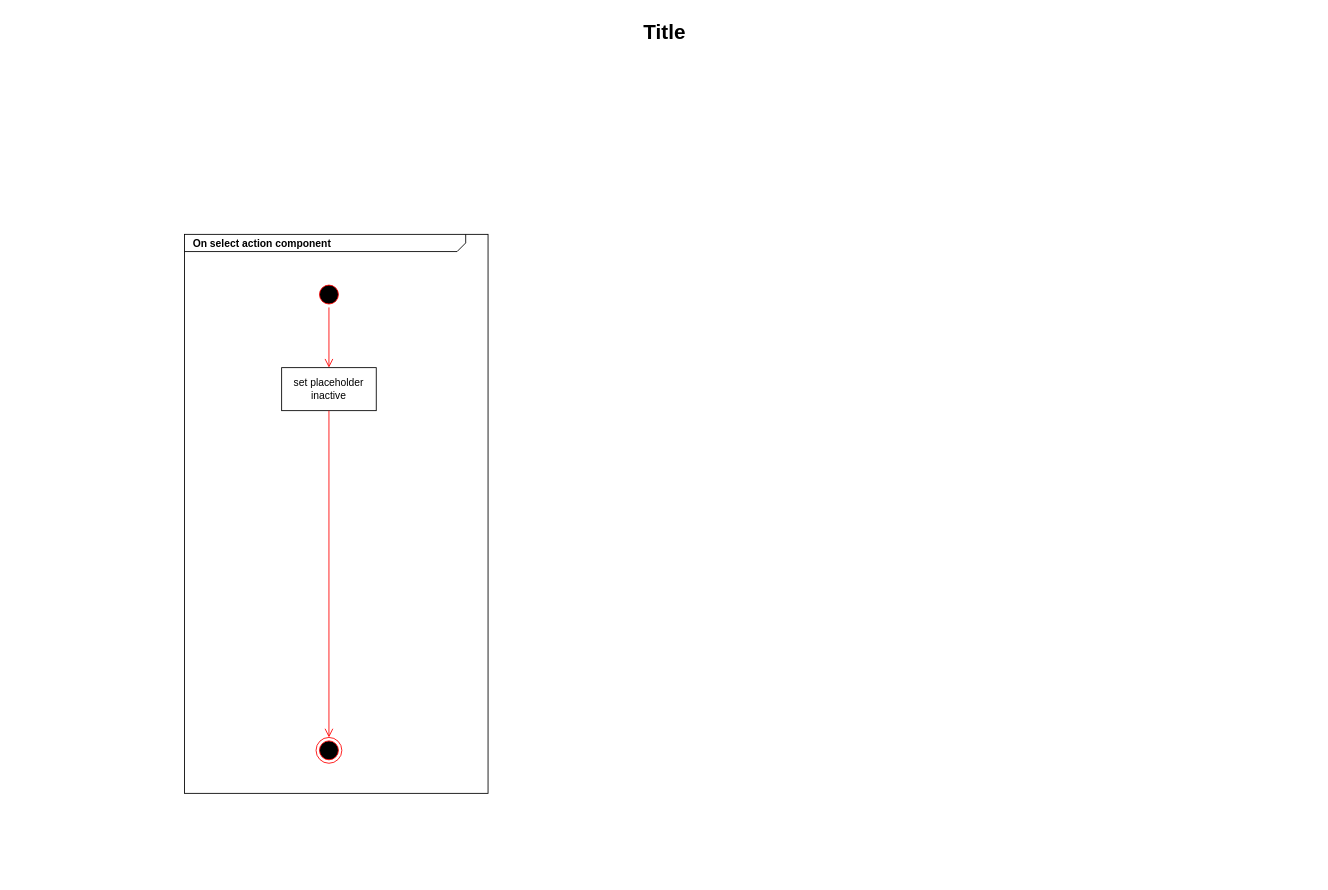
xalpol12/kuka-ar keeps this draw.io diagram as documentation/UI/Components/Menu/ObservableRobot.drawio. Above is the earlier version. Source tidied: cells renumbered, new cells numbered last; positions are measured from the earlier drawing's top-left corner, leaving out a move shared by most shapes. Both pictures are drawn from the tidied source at 86%, with x=0, y=0 at pixel (15, 15).
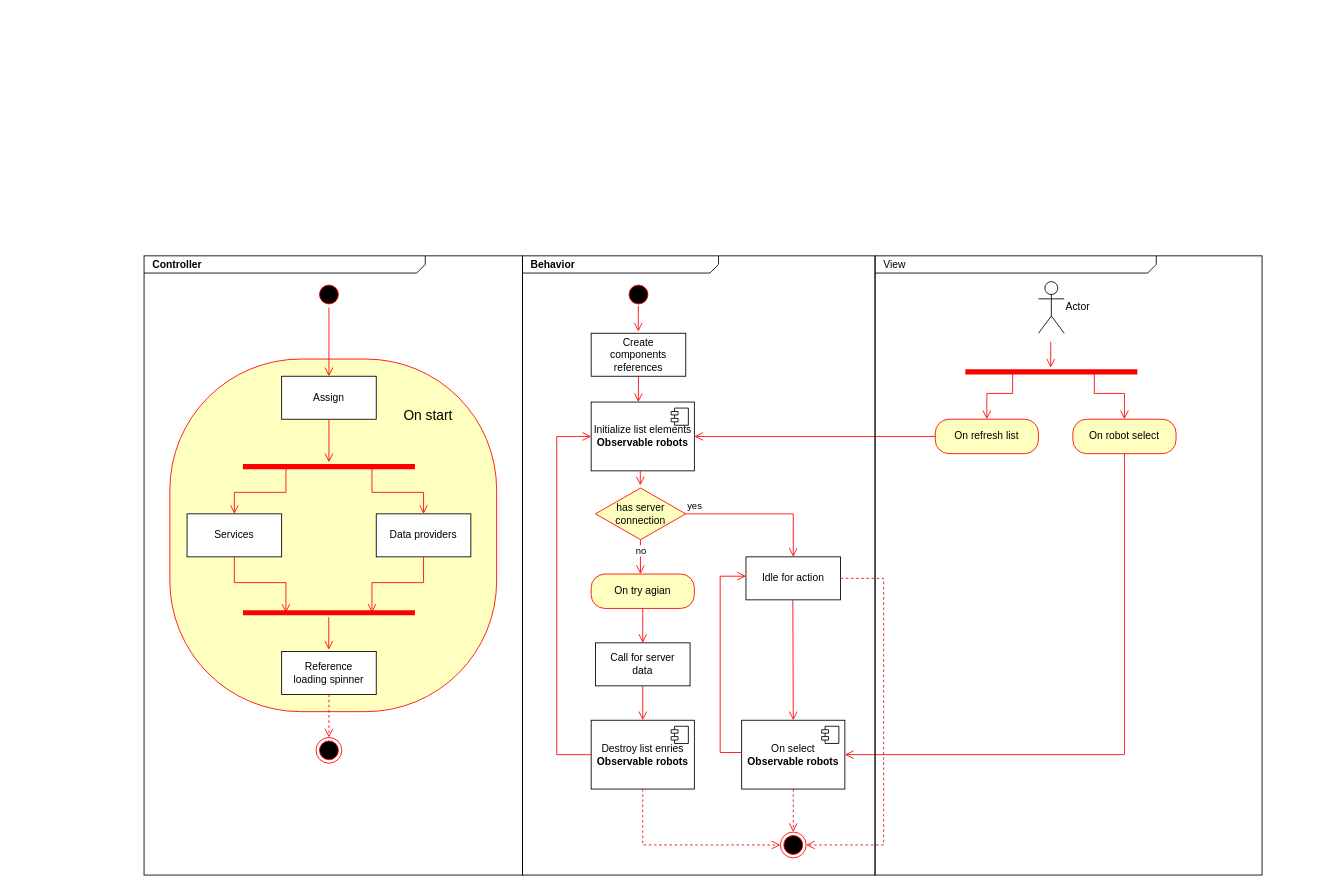
Above is the later version.

Commit message (it also covers changes not shown here):
Observable robots diagrams init

Unchanged cells that the change refers to:
```xml
<mxCell id="5" style="ellipse;html=1;shape=endState;fillColor=#000000;strokeColor=#ff0000;" parent="1" vertex="1">
  <mxGeometry x="350" y="840" width="30" height="30" as="geometry" />
</mxCell>
<mxCell id="6" style="ellipse;html=1;shape=startState;fillColor=#000000;strokeColor=#ff0000;" parent="1" vertex="1">
  <mxGeometry x="350" y="310" width="30" height="30" as="geometry" />
</mxCell>
```

The edit, as a diff of the source:
```diff
@@
+    <mxCell id="9" style="rounded=1;whiteSpace=wrap;html=1;arcSize=40;fontColor=#000000;fillColor=#ffffc0;strokeColor=#ff0000;" parent="1" vertex="1">
+      <mxGeometry x="180" y="400" width="380" height="410" as="geometry" />
+    </mxCell>
-    <mxCell id="2" value="&lt;p style=&quot;margin: 0px ; margin-top: 4px ; margin-left: 10px ; text-align: left&quot;&gt;&lt;b&gt;On select action component&lt;/b&gt;&lt;/p&gt;" style="html=1;strokeWidth=1;shape=mxgraph.sysml.package;html=1;overflow=fill;whiteSpace=wrap;fillColor=none;gradientColor=none;fontSize=12;align=center;labelX=327.64;" parent="1" vertex="1">
-      <mxGeometry x="197" y="255" width="353" height="650" as="geometry" />
+    <mxCell id="2" value="&lt;p style=&quot;margin: 0px ; margin-top: 4px ; margin-left: 10px ; text-align: left&quot;&gt;&lt;b&gt;Controller&lt;/b&gt;&lt;/p&gt;" style="html=1;strokeWidth=1;shape=mxgraph.sysml.package;html=1;overflow=fill;whiteSpace=wrap;fillColor=none;gradientColor=none;fontSize=12;align=center;labelX=327.64;" parent="1" vertex="1">
+      <mxGeometry x="150" y="280" width="440" height="720" as="geometry" />
     </mxCell>
-    <mxCell id="3" value="Title" style="text;strokeColor=none;fillColor=none;html=1;fontSize=24;fontStyle=1;verticalAlign=middle;align=center;" parent="1" vertex="1">
-      <mxGeometry width="1510" height="40" as="geometry" />
-    </mxCell>
-    <mxCell id="4" value="set placeholder&lt;br&gt;inactive" style="html=1;whiteSpace=wrap;" parent="1" vertex="1">
-      <mxGeometry x="310" y="410" width="110" height="50" as="geometry" />
-    </mxCell>
@@
-    <mxCell id="7" style="edgeStyle=orthogonalEdgeStyle;html=1;verticalAlign=bottom;endArrow=open;endSize=8;strokeColor=#ff0000;rounded=0;entryX=0.5;entryY=0;entryDx=0;entryDy=0;" parent="1" edge="1" source="6" target="4">
+    <mxCell id="7" style="edgeStyle=orthogonalEdgeStyle;html=1;verticalAlign=bottom;endArrow=open;endSize=8;strokeColor=#ff0000;rounded=0;entryX=0.5;entryY=0;entryDx=0;entryDy=0;" parent="1" edge="1" source="6" target="10">
       <mxGeometry relative="1" as="geometry" />
     </mxCell>
-    <mxCell id="8" style="edgeStyle=orthogonalEdgeStyle;html=1;verticalAlign=bottom;endArrow=open;endSize=8;strokeColor=#ff0000;rounded=0;entryX=0.5;entryY=0;entryDx=0;entryDy=0;exitX=0.5;exitY=1;exitDx=0;exitDy=0;" parent="1" edge="1" source="4" target="5">
-      <mxGeometry relative="1" as="geometry" />
-    </mxCell>
+    <mxCell id="10" value="Assign" style="html=1;whiteSpace=wrap;" parent="1" vertex="1">
+      <mxGeometry x="310" y="420" width="110" height="50" as="geometry" />
+    </mxCell>
+    <mxCell id="11" style="shape=line;html=1;strokeWidth=6;strokeColor=#ff0000;" parent="1" vertex="1">
+      <mxGeometry x="265" y="520" width="200" height="10" as="geometry" />
+    </mxCell>
+    <mxCell id="12" value="Services" style="html=1;whiteSpace=wrap;" parent="1" vertex="1">
+      <mxGeometry x="200" y="580" width="110" height="50" as="geometry" />
+    </mxCell>
+    <mxCell id="13" value="Data providers" style="html=1;whiteSpace=wrap;" parent="1" vertex="1">
+      <mxGeometry x="420" y="580" width="110" height="50" as="geometry" />
+    </mxCell>
+    <mxCell id="14" value="Reference&lt;br&gt;loading spinner" style="html=1;whiteSpace=wrap;" parent="1" vertex="1">
+      <mxGeometry x="310" y="740" width="110" height="50" as="geometry" />
+    </mxCell>
+    <mxCell id="15" style="shape=line;html=1;strokeWidth=6;strokeColor=#ff0000;" parent="1" vertex="1">
+      <mxGeometry x="265" y="690" width="200" height="10" as="geometry" />
+    </mxCell>
+    <mxCell id="16" style="edgeStyle=orthogonalEdgeStyle;html=1;verticalAlign=bottom;endArrow=open;endSize=8;strokeColor=#ff0000;rounded=0;exitX=0.5;exitY=1;exitDx=0;exitDy=0;" parent="1" edge="1" source="10">
+      <mxGeometry relative="1" as="geometry">
+        <mxPoint x="365" y="520" as="targetPoint" />
+      </mxGeometry>
+    </mxCell>
+    <mxCell id="17" style="edgeStyle=orthogonalEdgeStyle;html=1;verticalAlign=bottom;endArrow=open;endSize=8;strokeColor=#ff0000;rounded=0;exitX=0.25;exitY=0.5;exitDx=0;exitDy=0;exitPerimeter=0;entryX=0.5;entryY=0;entryDx=0;entryDy=0;" parent="1" edge="1" source="11" target="12">
+      <mxGeometry relative="1" as="geometry" />
+    </mxCell>
+    <mxCell id="18" style="edgeStyle=orthogonalEdgeStyle;html=1;verticalAlign=bottom;endArrow=open;endSize=8;strokeColor=#ff0000;rounded=0;exitX=0.75;exitY=0.5;exitDx=0;exitDy=0;exitPerimeter=0;entryX=0.5;entryY=0;entryDx=0;entryDy=0;" parent="1" edge="1" source="11" target="13">
+      <mxGeometry relative="1" as="geometry" />
+    </mxCell>
+    <mxCell id="19" style="edgeStyle=orthogonalEdgeStyle;html=1;verticalAlign=bottom;endArrow=open;endSize=8;strokeColor=#ff0000;rounded=0;exitX=0.5;exitY=1;exitDx=0;exitDy=0;entryX=0.25;entryY=0.5;entryDx=0;entryDy=0;entryPerimeter=0;" parent="1" edge="1" source="12" target="15">
+      <mxGeometry relative="1" as="geometry" />
+    </mxCell>
+    <mxCell id="20" style="edgeStyle=orthogonalEdgeStyle;html=1;verticalAlign=bottom;endArrow=open;endSize=8;strokeColor=#ff0000;rounded=0;exitX=0.5;exitY=1;exitDx=0;exitDy=0;entryX=0.75;entryY=0.5;entryDx=0;entryDy=0;entryPerimeter=0;" parent="1" edge="1" source="13" target="15">
+      <mxGeometry relative="1" as="geometry" />
+    </mxCell>
+    <mxCell id="21" style="edgeStyle=orthogonalEdgeStyle;html=1;verticalAlign=bottom;endArrow=open;endSize=8;strokeColor=#ff0000;rounded=0;exitX=0.5;exitY=1;exitDx=0;exitDy=0;" parent="1" edge="1">
+      <mxGeometry relative="1" as="geometry">
+        <mxPoint x="364.8" y="700" as="sourcePoint" />
+        <mxPoint x="364.8" y="738" as="targetPoint" />
+      </mxGeometry>
+    </mxCell>
+    <mxCell id="22" style="edgeStyle=orthogonalEdgeStyle;html=1;verticalAlign=bottom;endArrow=open;endSize=8;strokeColor=#ff0000;rounded=0;exitX=0.5;exitY=1;exitDx=0;exitDy=0;entryX=0.5;entryY=0;entryDx=0;entryDy=0;dashed=1;" parent="1" edge="1" source="14" target="5">
+      <mxGeometry relative="1" as="geometry" />
+    </mxCell>
+    <mxCell id="23" style="ellipse;html=1;shape=startState;fillColor=#000000;strokeColor=#ff0000;" parent="1" vertex="1">
+      <mxGeometry x="709.9" y="310" width="30" height="30" as="geometry" />
+    </mxCell>
+    <mxCell id="24" value="&lt;font style=&quot;font-size: 16px;&quot;&gt;On start&lt;/font&gt;" style="text;html=1;align=center;verticalAlign=middle;strokeColor=none;fillColor=none;fontColor=#000000;" parent="1" vertex="1">
+      <mxGeometry x="440" y="450" width="80" height="30" as="geometry" />
+    </mxCell>
+    <mxCell id="25" value="Create&lt;br&gt;components references" style="html=1;whiteSpace=wrap;" parent="1" vertex="1">
+      <mxGeometry x="669.9" y="370" width="110" height="50" as="geometry" />
+    </mxCell>
+    <mxCell id="26" style="edgeStyle=orthogonalEdgeStyle;html=1;verticalAlign=bottom;endArrow=open;endSize=8;strokeColor=#ff0000;rounded=0;" parent="1" edge="1">
+      <mxGeometry relative="1" as="geometry">
+        <mxPoint x="724.7" y="338" as="sourcePoint" />
+        <mxPoint x="724.7" y="368" as="targetPoint" />
+      </mxGeometry>
+    </mxCell>
+    <mxCell id="27" style="edgeStyle=orthogonalEdgeStyle;html=1;verticalAlign=bottom;endArrow=open;endSize=8;strokeColor=#ff0000;rounded=0;exitX=0.5;exitY=1;exitDx=0;exitDy=0;" parent="1" edge="1" source="25">
+      <mxGeometry relative="1" as="geometry">
+        <mxPoint x="724.7" y="450" as="targetPoint" />
+      </mxGeometry>
+    </mxCell>
+    <mxCell id="28" value="Initialize list elements&lt;br&gt;&lt;b&gt;Observable robots&lt;/b&gt;" style="html=1;whiteSpace=wrap;" parent="1" vertex="1">
+      <mxGeometry x="669.9" y="450" width="120" height="80" as="geometry" />
+    </mxCell>
+    <mxCell id="29" style="shape=module;jettyWidth=8;jettyHeight=4;" parent="28" vertex="1">
+      <mxGeometry x="1" width="20" height="20" relative="1" as="geometry">
+        <mxPoint x="-27" y="7" as="offset" />
+      </mxGeometry>
+    </mxCell>
+    <mxCell id="30" value="has server&lt;br&gt;connection" style="rhombus;whiteSpace=wrap;html=1;fontColor=#000000;fillColor=#ffffc0;strokeColor=#ff0000;" parent="1" vertex="1">
+      <mxGeometry x="674.9" y="550" width="105" height="60" as="geometry" />
+    </mxCell>
+    <mxCell id="31" value="yes" style="edgeStyle=orthogonalEdgeStyle;html=1;align=left;verticalAlign=bottom;endArrow=open;endSize=8;strokeColor=#ff0000;rounded=0;entryX=0.5;entryY=0;entryDx=0;entryDy=0;" parent="1" edge="1" source="30" target="42">
+      <mxGeometry x="-1" relative="1" as="geometry" />
+    </mxCell>
+    <mxCell id="32" value="On try agian" style="rounded=1;whiteSpace=wrap;html=1;arcSize=40;fontColor=#000000;fillColor=#ffffc0;strokeColor=#ff0000;" parent="1" vertex="1">
+      <mxGeometry x="669.9" y="650" width="120" height="40" as="geometry" />
+    </mxCell>
+    <mxCell id="33" style="edgeStyle=orthogonalEdgeStyle;html=1;verticalAlign=bottom;endArrow=open;endSize=8;strokeColor=#ff0000;rounded=0;" parent="1" edge="1" source="32">
+      <mxGeometry relative="1" as="geometry">
+        <mxPoint x="729.9" y="730" as="targetPoint" />
+      </mxGeometry>
+    </mxCell>
+    <mxCell id="34" value="Call for server&lt;br&gt;data" style="html=1;whiteSpace=wrap;" parent="1" vertex="1">
+      <mxGeometry x="674.9" y="730" width="110" height="50" as="geometry" />
+    </mxCell>
+    <mxCell id="35" value="Destroy list&amp;nbsp;enries&lt;br&gt;&lt;b&gt;Observable robots&lt;/b&gt;" style="html=1;whiteSpace=wrap;" parent="1" vertex="1">
+      <mxGeometry x="669.9" y="820" width="120" height="80" as="geometry" />
+    </mxCell>
+    <mxCell id="36" style="shape=module;jettyWidth=8;jettyHeight=4;" parent="35" vertex="1">
+      <mxGeometry x="1" width="20" height="20" relative="1" as="geometry">
+        <mxPoint x="-27" y="7" as="offset" />
+      </mxGeometry>
+    </mxCell>
+    <mxCell id="37" style="edgeStyle=orthogonalEdgeStyle;html=1;align=left;verticalAlign=bottom;endArrow=open;endSize=8;strokeColor=#ff0000;rounded=0;entryX=0;entryY=0.5;entryDx=0;entryDy=0;exitX=0;exitY=0.5;exitDx=0;exitDy=0;" parent="1" edge="1" source="35" target="28">
+      <mxGeometry x="-1" relative="1" as="geometry">
+        <Array as="points">
+          <mxPoint x="629.9" y="860" />
+          <mxPoint x="629.9" y="490" />
+        </Array>
+      </mxGeometry>
+    </mxCell>
+    <mxCell id="38" style="edgeStyle=orthogonalEdgeStyle;html=1;verticalAlign=bottom;endArrow=open;endSize=8;strokeColor=#ff0000;rounded=0;exitX=0.5;exitY=1;exitDx=0;exitDy=0;entryX=0.5;entryY=0;entryDx=0;entryDy=0;" parent="1" edge="1" source="34" target="35">
+      <mxGeometry relative="1" as="geometry" />
+    </mxCell>
+    <mxCell id="39" style="edgeStyle=orthogonalEdgeStyle;html=1;verticalAlign=bottom;endArrow=open;endSize=8;strokeColor=#ff0000;rounded=0;" parent="1" edge="1">
+      <mxGeometry relative="1" as="geometry">
+        <mxPoint x="727.2" y="610" as="sourcePoint" />
+        <mxPoint x="727.2" y="650" as="targetPoint" />
+      </mxGeometry>
+    </mxCell>
+    <mxCell id="40" value="no" style="edgeLabel;html=1;align=center;verticalAlign=middle;" parent="39" vertex="1">
+      <mxGeometry x="-0.39" relative="1" as="geometry" />
+    </mxCell>
+    <mxCell id="41" style="edgeStyle=orthogonalEdgeStyle;html=1;verticalAlign=bottom;endArrow=open;endSize=8;strokeColor=#ff0000;rounded=0;entryX=0.497;entryY=-0.052;entryDx=0;entryDy=0;entryPerimeter=0;" parent="1" edge="1" target="30">
+      <mxGeometry relative="1" as="geometry">
+        <mxPoint x="727" y="530" as="sourcePoint" />
+      </mxGeometry>
+    </mxCell>
+    <mxCell id="42" value="Idle for action" style="html=1;whiteSpace=wrap;" parent="1" vertex="1">
+      <mxGeometry x="849.9" y="630" width="110" height="50" as="geometry" />
+    </mxCell>
+    <mxCell id="43" value="On select&lt;br&gt;&lt;b&gt;Observable robots&lt;/b&gt;" style="html=1;whiteSpace=wrap;" parent="1" vertex="1">
+      <mxGeometry x="844.9" y="820" width="120" height="80" as="geometry" />
+    </mxCell>
+    <mxCell id="44" style="shape=module;jettyWidth=8;jettyHeight=4;" parent="43" vertex="1">
+      <mxGeometry x="1" width="20" height="20" relative="1" as="geometry">
+        <mxPoint x="-27" y="7" as="offset" />
+      </mxGeometry>
+    </mxCell>
+    <mxCell id="45" style="edgeStyle=orthogonalEdgeStyle;html=1;verticalAlign=bottom;endArrow=open;endSize=8;strokeColor=#ff0000;rounded=0;entryX=0.5;entryY=0;entryDx=0;entryDy=0;" parent="1" edge="1" target="43">
+      <mxGeometry relative="1" as="geometry">
+        <mxPoint x="904.4" y="680" as="sourcePoint" />
+      </mxGeometry>
+    </mxCell>
+    <mxCell id="46" style="edgeStyle=orthogonalEdgeStyle;html=1;verticalAlign=bottom;endArrow=open;endSize=8;strokeColor=#ff0000;rounded=0;entryX=1;entryY=0.5;entryDx=0;entryDy=0;exitX=1;exitY=0.5;exitDx=0;exitDy=0;" parent="1" edge="1">
+      <mxGeometry relative="1" as="geometry">
+        <mxPoint x="844.9" y="857.5" as="sourcePoint" />
+        <mxPoint x="849.9" y="652.5" as="targetPoint" />
+        <Array as="points">
+          <mxPoint x="819.9" y="857.5" />
+          <mxPoint x="819.9" y="652.5" />
+        </Array>
+      </mxGeometry>
+    </mxCell>
+    <mxCell id="47" value="Actor" style="shape=umlActor;verticalLabelPosition=middle;verticalAlign=middle;html=1;labelPosition=right;align=left;" parent="1" vertex="1">
+      <mxGeometry x="1190" y="310" width="30" height="60" as="geometry" />
+    </mxCell>
+    <mxCell id="48" style="shape=line;html=1;strokeWidth=6;strokeColor=#ff0000;" parent="1" vertex="1">
+      <mxGeometry x="1105" y="410" width="200" height="10" as="geometry" />
+    </mxCell>
+    <mxCell id="49" value="On refresh list" style="rounded=1;whiteSpace=wrap;html=1;arcSize=40;fontColor=#000000;fillColor=#ffffc0;strokeColor=#ff0000;" parent="1" vertex="1">
+      <mxGeometry x="1070" y="470" width="120" height="40" as="geometry" />
+    </mxCell>
+    <mxCell id="50" value="On robot select" style="rounded=1;whiteSpace=wrap;html=1;arcSize=40;fontColor=#000000;fillColor=#ffffc0;strokeColor=#ff0000;" parent="1" vertex="1">
+      <mxGeometry x="1230" y="470" width="120" height="40" as="geometry" />
+    </mxCell>
+    <mxCell id="51" style="edgeStyle=orthogonalEdgeStyle;html=1;verticalAlign=bottom;endArrow=open;endSize=8;strokeColor=#ff0000;rounded=0;entryX=1;entryY=0.5;entryDx=0;entryDy=0;exitX=0;exitY=0.5;exitDx=0;exitDy=0;" parent="1" edge="1" source="49" target="28">
+      <mxGeometry relative="1" as="geometry">
+        <Array as="points">
+          <mxPoint x="850" y="490" />
+          <mxPoint x="850" y="490" />
+        </Array>
+      </mxGeometry>
+    </mxCell>
+    <mxCell id="52" style="edgeStyle=orthogonalEdgeStyle;html=1;verticalAlign=bottom;endArrow=open;endSize=8;strokeColor=#ff0000;rounded=0;entryX=1;entryY=0.5;entryDx=0;entryDy=0;exitX=0.5;exitY=1;exitDx=0;exitDy=0;" parent="1" edge="1" source="50" target="43">
+      <mxGeometry relative="1" as="geometry" />
+    </mxCell>
+    <mxCell id="53" style="edgeStyle=orthogonalEdgeStyle;html=1;verticalAlign=bottom;endArrow=open;endSize=8;strokeColor=#ff0000;rounded=0;entryX=0.5;entryY=0;entryDx=0;entryDy=0;exitX=0.75;exitY=0.5;exitDx=0;exitDy=0;exitPerimeter=0;" parent="1" edge="1" source="48" target="50">
+      <mxGeometry relative="1" as="geometry">
+        <Array as="points">
+          <mxPoint x="1255" y="440" />
+          <mxPoint x="1290" y="440" />
+        </Array>
+      </mxGeometry>
+    </mxCell>
+    <mxCell id="54" style="edgeStyle=orthogonalEdgeStyle;html=1;verticalAlign=bottom;endArrow=open;endSize=8;strokeColor=#ff0000;rounded=0;entryX=0.5;entryY=0;entryDx=0;entryDy=0;exitX=0.25;exitY=0.5;exitDx=0;exitDy=0;exitPerimeter=0;" parent="1" edge="1" source="48" target="49">
+      <mxGeometry relative="1" as="geometry">
+        <Array as="points">
+          <mxPoint x="1160" y="415" />
+          <mxPoint x="1160" y="440" />
+          <mxPoint x="1130" y="440" />
+        </Array>
+      </mxGeometry>
+    </mxCell>
+    <mxCell id="55" style="ellipse;html=1;shape=endState;fillColor=#000000;strokeColor=#ff0000;" parent="1" vertex="1">
+      <mxGeometry x="889.9" y="950" width="30" height="30" as="geometry" />
+    </mxCell>
+    <mxCell id="56" style="edgeStyle=orthogonalEdgeStyle;html=1;verticalAlign=bottom;endArrow=open;endSize=8;strokeColor=#ff0000;rounded=0;entryX=0.5;entryY=0;entryDx=0;entryDy=0;exitX=0.5;exitY=1;exitDx=0;exitDy=0;dashed=1;" parent="1" edge="1" source="43" target="55">
+      <mxGeometry relative="1" as="geometry" />
+    </mxCell>
+    <mxCell id="57" style="edgeStyle=orthogonalEdgeStyle;html=1;verticalAlign=bottom;endArrow=open;endSize=8;strokeColor=#ff0000;rounded=0;entryX=1;entryY=0.5;entryDx=0;entryDy=0;exitX=1;exitY=0.5;exitDx=0;exitDy=0;dashed=1;" parent="1" edge="1" source="42" target="55">
+      <mxGeometry relative="1" as="geometry">
+        <Array as="points">
+          <mxPoint x="1010" y="655" />
+          <mxPoint x="1010" y="965" />
+        </Array>
+      </mxGeometry>
+    </mxCell>
+    <mxCell id="58" style="edgeStyle=orthogonalEdgeStyle;html=1;verticalAlign=bottom;endArrow=open;endSize=8;strokeColor=#ff0000;rounded=0;entryX=0;entryY=0.5;entryDx=0;entryDy=0;exitX=0.5;exitY=1;exitDx=0;exitDy=0;dashed=1;" parent="1" edge="1" source="35" target="55">
+      <mxGeometry relative="1" as="geometry">
+        <Array as="points">
+          <mxPoint x="730" y="965" />
+        </Array>
+      </mxGeometry>
+    </mxCell>
+    <mxCell id="59" style="edgeStyle=orthogonalEdgeStyle;html=1;verticalAlign=bottom;endArrow=open;endSize=8;strokeColor=#ff0000;rounded=0;" parent="1" edge="1">
+      <mxGeometry relative="1" as="geometry">
+        <mxPoint x="1204.3" y="380" as="sourcePoint" />
+        <mxPoint x="1204.3" y="410" as="targetPoint" />
+      </mxGeometry>
+    </mxCell>
+    <mxCell id="60" value="&lt;p style=&quot;margin: 0px ; margin-top: 4px ; margin-left: 10px ; text-align: left&quot;&gt;View&lt;/p&gt;" style="html=1;strokeWidth=1;shape=mxgraph.sysml.package;html=1;overflow=fill;whiteSpace=wrap;fillColor=none;gradientColor=none;fontSize=12;align=center;labelX=327.64;" parent="1" vertex="1">
+      <mxGeometry x="1000" y="280" width="450" height="720" as="geometry" />
+    </mxCell>
+    <mxCell id="61" value="&lt;p style=&quot;margin: 0px ; margin-top: 4px ; margin-left: 10px ; text-align: left&quot;&gt;&lt;b&gt;Behavior&lt;/b&gt;&lt;/p&gt;" style="html=1;strokeWidth=1;shape=mxgraph.sysml.package;html=1;overflow=fill;whiteSpace=wrap;fillColor=none;gradientColor=none;fontSize=12;align=center;labelX=228;" parent="1" vertex="1">
+      <mxGeometry x="590" y="280" width="410" height="720" as="geometry" />
+    </mxCell>
```
